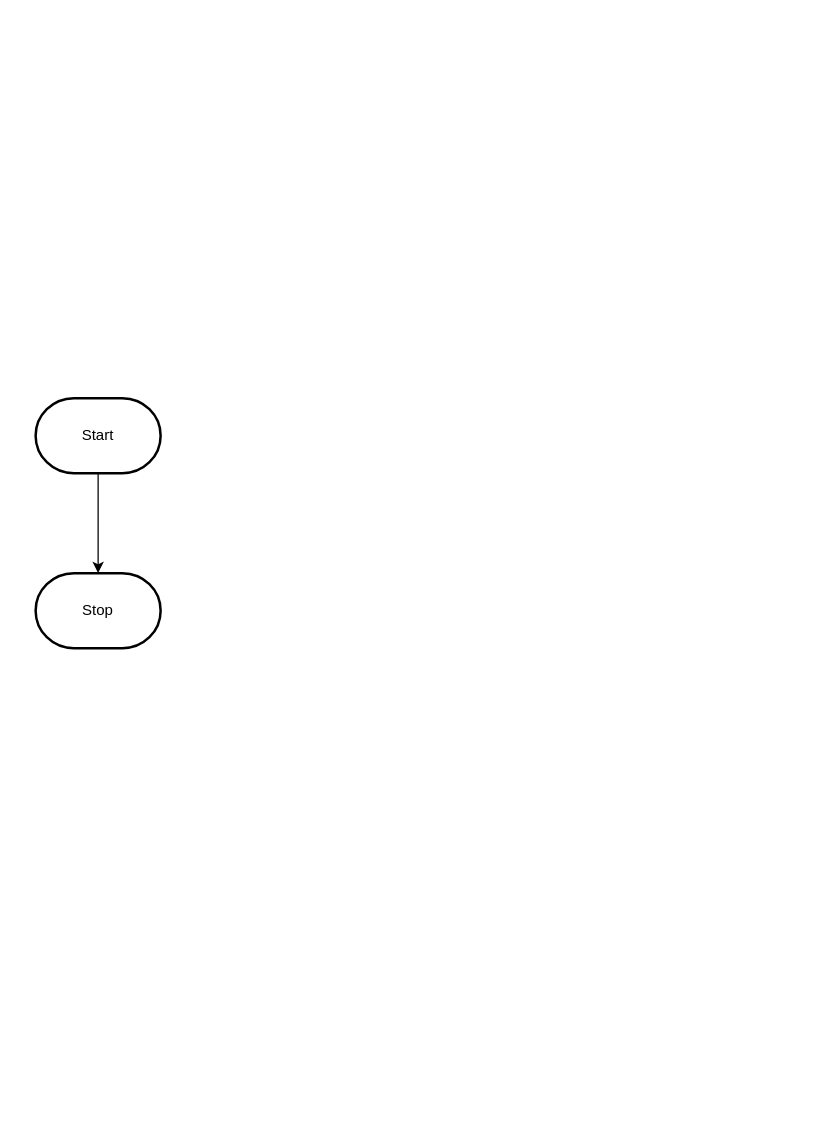
Earlier version of the draw.io diagram design/flowchart.drawio (MTHS-ICS2O-2-2022/ICS2O-Unit-5-03-charlotte-jhu). Source tidied: cells renumbered, new cells numbered last; positions are measured from the earlier drawing's top-left corner, leaving out a move shared by most shapes. Both pictures are drawn from the tidied source at 125%, with x=0, y=0 at pixel (35, 398).
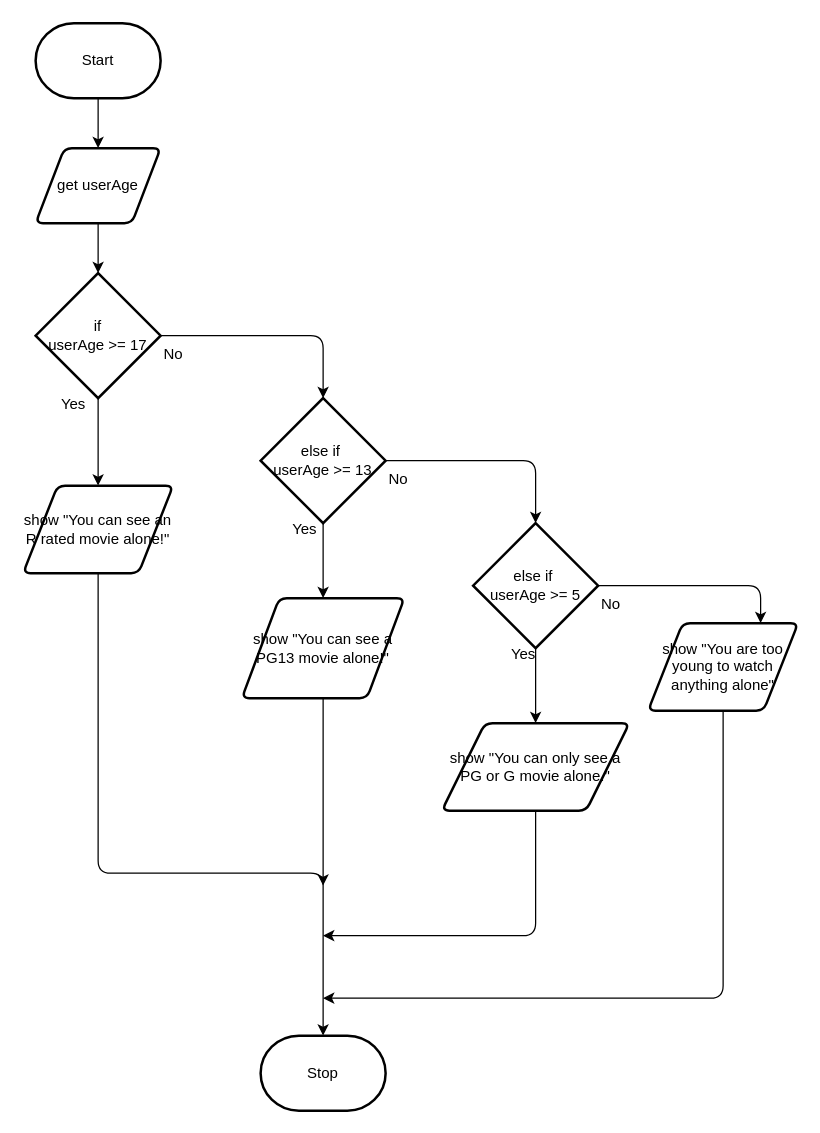
Above is the later version.

Change to the diagram source:
```diff
@@
-    <mxCell id="2" style="edgeStyle=orthogonalEdgeStyle;html=1;rounded=0;" parent="1" edge="1" source="3" target="4">
-      <mxGeometry relative="1" as="geometry" />
-    </mxCell>
+    <mxCell id="5" style="edgeStyle=none;html=1;exitX=0.5;exitY=1;exitDx=0;exitDy=0;exitPerimeter=0;" parent="1" edge="1" source="3" target="2">
+      <mxGeometry relative="1" as="geometry" />
+    </mxCell>
     <mxCell id="3" value="Start" style="strokeWidth=2;html=1;shape=mxgraph.flowchart.terminator;whiteSpace=wrap;" parent="1" vertex="1">
-      <mxGeometry width="100" height="60" as="geometry" />
+      <mxGeometry y="-300" width="100" height="60" as="geometry" />
     </mxCell>
     <mxCell id="4" value="Stop" style="strokeWidth=2;html=1;shape=mxgraph.flowchart.terminator;whiteSpace=wrap;" parent="1" vertex="1">
-      <mxGeometry y="140" width="100" height="60" as="geometry" />
+      <mxGeometry x="180" y="510" width="100" height="60" as="geometry" />
     </mxCell>
+    <mxCell id="6" style="edgeStyle=none;html=1;exitX=0.5;exitY=1;exitDx=0;exitDy=0;entryX=0.5;entryY=0;entryDx=0;entryDy=0;entryPerimeter=0;" parent="1" edge="1" source="2" target="9">
+      <mxGeometry relative="1" as="geometry" />
+    </mxCell>
+    <mxCell id="2" value="get userAge" style="shape=parallelogram;html=1;strokeWidth=2;perimeter=parallelogramPerimeter;whiteSpace=wrap;rounded=1;arcSize=12;size=0.23;" parent="1" vertex="1">
+      <mxGeometry y="-200" width="100" height="60" as="geometry" />
+    </mxCell>
+    <mxCell id="7" style="edgeStyle=none;html=1;exitX=0.5;exitY=1;exitDx=0;exitDy=0;exitPerimeter=0;" parent="1" edge="1" source="9" target="11">
+      <mxGeometry relative="1" as="geometry" />
+    </mxCell>
+    <mxCell id="8" style="edgeStyle=orthogonalEdgeStyle;html=1;exitX=1;exitY=0.5;exitDx=0;exitDy=0;exitPerimeter=0;" parent="1" edge="1" source="9" target="14">
+      <mxGeometry relative="1" as="geometry">
+        <Array as="points">
+          <mxPoint x="230" y="-50" />
+        </Array>
+      </mxGeometry>
+    </mxCell>
+    <mxCell id="9" value="if&lt;br&gt;userAge &amp;gt;= 17" style="strokeWidth=2;html=1;shape=mxgraph.flowchart.decision;whiteSpace=wrap;" parent="1" vertex="1">
+      <mxGeometry y="-100" width="100" height="100" as="geometry" />
+    </mxCell>
+    <mxCell id="10" style="edgeStyle=orthogonalEdgeStyle;html=1;exitX=0.5;exitY=1;exitDx=0;exitDy=0;" parent="1" edge="1" source="11">
+      <mxGeometry relative="1" as="geometry">
+        <mxPoint x="230" y="510" as="targetPoint" />
+        <Array as="points">
+          <mxPoint x="50" y="380" />
+          <mxPoint x="230" y="380" />
+        </Array>
+      </mxGeometry>
+    </mxCell>
+    <mxCell id="11" value="show &quot;You can see an R rated movie alone!&quot;" style="shape=parallelogram;html=1;strokeWidth=2;perimeter=parallelogramPerimeter;whiteSpace=wrap;rounded=1;arcSize=12;size=0.23;align=center;" parent="1" vertex="1">
+      <mxGeometry x="-10" y="70" width="120" height="70" as="geometry" />
+    </mxCell>
+    <mxCell id="12" style="edgeStyle=orthogonalEdgeStyle;html=1;exitX=0.5;exitY=1;exitDx=0;exitDy=0;exitPerimeter=0;entryX=0.5;entryY=0;entryDx=0;entryDy=0;" parent="1" edge="1" source="14" target="16">
+      <mxGeometry relative="1" as="geometry" />
+    </mxCell>
+    <mxCell id="13" style="edgeStyle=orthogonalEdgeStyle;html=1;exitX=1;exitY=0.5;exitDx=0;exitDy=0;exitPerimeter=0;entryX=0.5;entryY=0;entryDx=0;entryDy=0;entryPerimeter=0;" parent="1" edge="1" source="14" target="19">
+      <mxGeometry relative="1" as="geometry" />
+    </mxCell>
+    <mxCell id="14" value="else if&amp;nbsp;&lt;br&gt;userAge &amp;gt;= 13" style="strokeWidth=2;html=1;shape=mxgraph.flowchart.decision;whiteSpace=wrap;" parent="1" vertex="1">
+      <mxGeometry x="180" width="100" height="100" as="geometry" />
+    </mxCell>
+    <mxCell id="15" style="edgeStyle=orthogonalEdgeStyle;html=1;exitX=0.5;exitY=1;exitDx=0;exitDy=0;" parent="1" edge="1" source="16">
+      <mxGeometry relative="1" as="geometry">
+        <mxPoint x="230" y="390" as="targetPoint" />
+      </mxGeometry>
+    </mxCell>
+    <mxCell id="16" value="show &quot;You can see a PG13 movie alone!&quot;" style="shape=parallelogram;html=1;strokeWidth=2;perimeter=parallelogramPerimeter;whiteSpace=wrap;rounded=1;arcSize=12;size=0.23;" parent="1" vertex="1">
+      <mxGeometry x="165" y="160" width="130" height="80" as="geometry" />
+    </mxCell>
+    <mxCell id="17" style="edgeStyle=orthogonalEdgeStyle;html=1;exitX=0.5;exitY=1;exitDx=0;exitDy=0;exitPerimeter=0;entryX=0.5;entryY=0;entryDx=0;entryDy=0;" parent="1" edge="1" source="19" target="21">
+      <mxGeometry relative="1" as="geometry" />
+    </mxCell>
+    <mxCell id="18" style="edgeStyle=orthogonalEdgeStyle;html=1;exitX=1;exitY=0.5;exitDx=0;exitDy=0;exitPerimeter=0;entryX=0.75;entryY=0;entryDx=0;entryDy=0;" parent="1" edge="1" source="19" target="23">
+      <mxGeometry relative="1" as="geometry" />
+    </mxCell>
+    <mxCell id="19" value="else if&amp;nbsp;&lt;br&gt;userAge &amp;gt;= 5" style="strokeWidth=2;html=1;shape=mxgraph.flowchart.decision;whiteSpace=wrap;" parent="1" vertex="1">
+      <mxGeometry x="350" y="100" width="100" height="100" as="geometry" />
+    </mxCell>
+    <mxCell id="20" style="edgeStyle=orthogonalEdgeStyle;html=1;exitX=0.5;exitY=1;exitDx=0;exitDy=0;" parent="1" edge="1" source="21">
+      <mxGeometry relative="1" as="geometry">
+        <mxPoint x="230" y="430" as="targetPoint" />
+        <Array as="points">
+          <mxPoint x="400" y="430" />
+          <mxPoint x="230" y="430" />
+        </Array>
+      </mxGeometry>
+    </mxCell>
+    <mxCell id="21" value="show &quot;You can only see a PG or G movie alone.&quot;" style="shape=parallelogram;html=1;strokeWidth=2;perimeter=parallelogramPerimeter;whiteSpace=wrap;rounded=1;arcSize=12;size=0.23;" parent="1" vertex="1">
+      <mxGeometry x="325" y="260" width="150" height="70" as="geometry" />
+    </mxCell>
+    <mxCell id="22" style="edgeStyle=orthogonalEdgeStyle;html=1;exitX=0.5;exitY=1;exitDx=0;exitDy=0;" parent="1" edge="1" source="23">
+      <mxGeometry relative="1" as="geometry">
+        <mxPoint x="230" y="480" as="targetPoint" />
+        <Array as="points">
+          <mxPoint x="550" y="480" />
+        </Array>
+      </mxGeometry>
+    </mxCell>
+    <mxCell id="23" value="show &quot;You are too young to watch anything alone&quot;" style="shape=parallelogram;html=1;strokeWidth=2;perimeter=parallelogramPerimeter;whiteSpace=wrap;rounded=1;arcSize=12;size=0.23;" parent="1" vertex="1">
+      <mxGeometry x="490" y="180" width="120" height="70" as="geometry" />
+    </mxCell>
+    <mxCell id="24" value="Yes" style="text;html=1;align=center;verticalAlign=middle;strokeColor=none;fillColor=none;" parent="1" vertex="1">
+      <mxGeometry x="10" y="-10" width="40" height="30" as="geometry" />
+    </mxCell>
+    <mxCell id="25" value="Yes" style="text;html=1;align=center;verticalAlign=middle;strokeColor=none;fillColor=none;" parent="1" vertex="1">
+      <mxGeometry x="370" y="190" width="40" height="30" as="geometry" />
+    </mxCell>
+    <mxCell id="26" value="Yes" style="text;html=1;align=center;verticalAlign=middle;strokeColor=none;fillColor=none;" parent="1" vertex="1">
+      <mxGeometry x="195" y="90" width="40" height="30" as="geometry" />
+    </mxCell>
+    <mxCell id="27" value="No" style="text;html=1;align=center;verticalAlign=middle;strokeColor=none;fillColor=none;" parent="1" vertex="1">
+      <mxGeometry x="90" y="-50" width="40" height="30" as="geometry" />
+    </mxCell>
+    <mxCell id="28" value="No" style="text;html=1;align=center;verticalAlign=middle;strokeColor=none;fillColor=none;" parent="1" vertex="1">
+      <mxGeometry x="440" y="150" width="40" height="30" as="geometry" />
+    </mxCell>
+    <mxCell id="29" value="No" style="text;html=1;align=center;verticalAlign=middle;strokeColor=none;fillColor=none;" parent="1" vertex="1">
+      <mxGeometry x="270" y="50" width="40" height="30" as="geometry" />
+    </mxCell>
```
